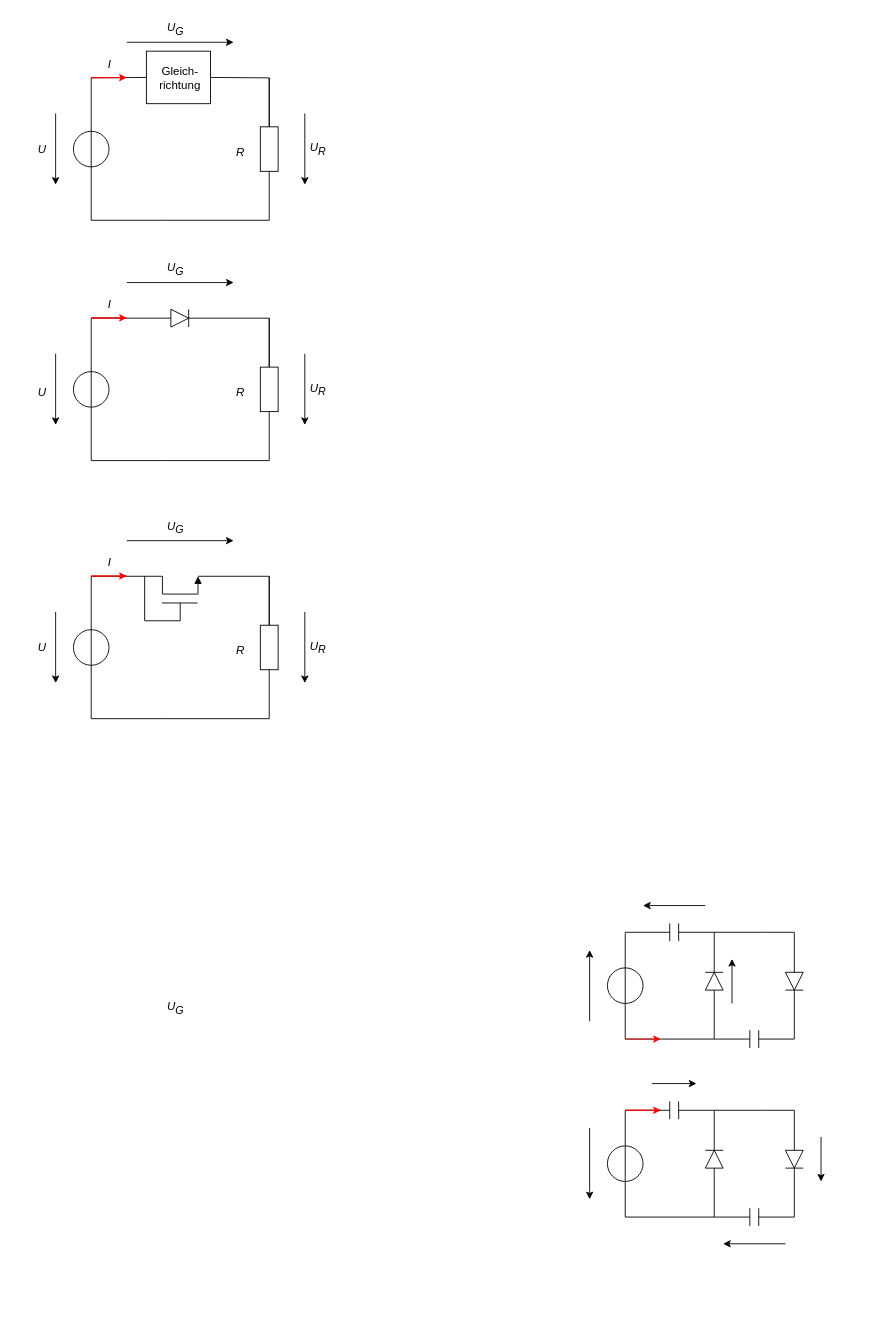
Before: forschungspraktikum.drawio in reinlten/TPA_Kolb, a draw.io diagram. Source tidied: cells renumbered, new cells numbered last; positions are measured from the earlier drawing's top-left corner, leaving out a move shared by most shapes. Both pictures are drawn from the tidied source at 89%, with x=0, y=0 at pixel (15, 15).
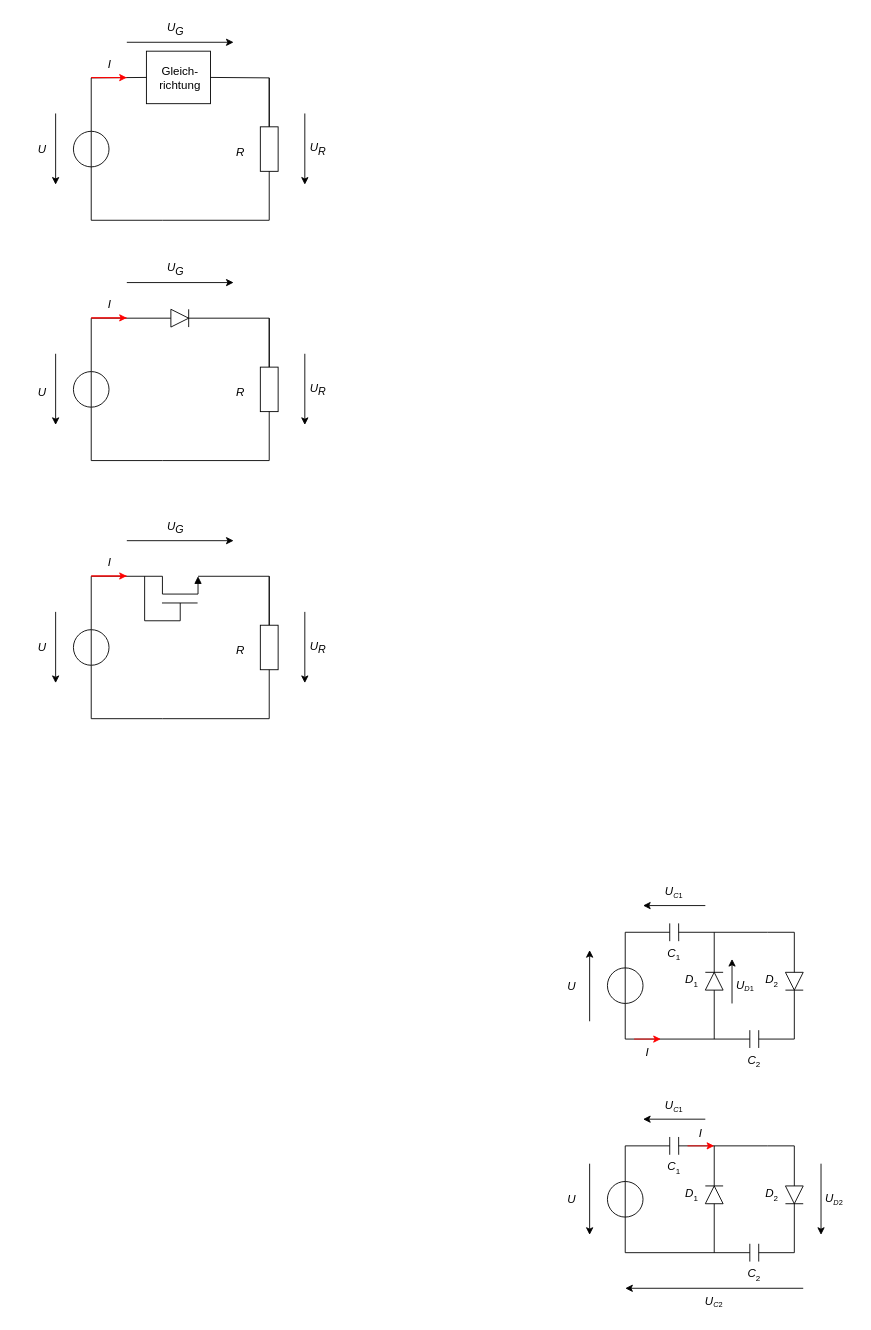
The same diagram, later.

What changed in the source:
```diff
@@
-    <mxCell id="63" style="endArrow=none;html=1;rounded=0;fontSize=13;" parent="1" edge="1" source="65">
-      <mxGeometry relative="1" as="geometry">
-        <mxPoint x="735" y="1230" as="targetPoint" />
-        <Array as="points">
-          <mxPoint x="685" y="1230" />
-        </Array>
-      </mxGeometry>
-    </mxCell>
-    <mxCell id="64" style="endArrow=none;html=1;rounded=0;fontSize=13;" parent="1" edge="1" target="65">
-      <mxGeometry relative="1" as="geometry">
-        <mxPoint x="825" y="1350" as="sourcePoint" />
-        <Array as="points">
-          <mxPoint x="685" y="1350" />
-        </Array>
-      </mxGeometry>
-    </mxCell>
-    <mxCell id="65" style="ellipse;whiteSpace=wrap;html=1;fontSize=13;" parent="1" vertex="1">
-      <mxGeometry x="665" y="1270" width="40" height="40" as="geometry" />
-    </mxCell>
-    <mxCell id="66" style="endArrow=none;html=1;rounded=0;exitX=0.5;exitY=1;exitDx=0;exitDy=0;entryX=0.5;entryY=0;entryDx=0;entryDy=0;fontSize=13;" parent="1" edge="1" source="65" target="65">
-      <mxGeometry relative="1" as="geometry" />
-    </mxCell>
-    <mxCell id="67" style="endArrow=classic;html=1;rounded=0;fontSize=13;" parent="1" edge="1">
-      <mxGeometry relative="1" as="geometry">
-        <mxPoint x="645" y="1250" as="sourcePoint" />
-        <mxPoint x="645" y="1330" as="targetPoint" />
-      </mxGeometry>
-    </mxCell>
-    <mxCell id="68" style="endArrow=classic;html=1;rounded=0;fontSize=13;" parent="1" edge="1">
-      <mxGeometry relative="1" as="geometry">
-        <mxPoint x="715" y="1200" as="sourcePoint" />
-        <mxPoint x="765" y="1200" as="targetPoint" />
-      </mxGeometry>
-    </mxCell>
-    <mxCell id="69" style="endArrow=classic;html=1;rounded=0;strokeColor=#ff0000;fontSize=13;" parent="1" edge="1">
-      <mxGeometry relative="1" as="geometry">
-        <mxPoint x="725" y="1230" as="sourcePoint" />
-        <mxPoint x="725" y="1230" as="targetPoint" />
-        <Array as="points">
-          <mxPoint x="685" y="1230" />
-        </Array>
-      </mxGeometry>
-    </mxCell>
-    <mxCell id="70" value="&lt;i style=&quot;&quot;&gt;U&lt;sub style=&quot;&quot;&gt;&lt;font style=&quot;font-size: 12px;&quot;&gt;G&lt;/font&gt;&lt;/sub&gt;&lt;/i&gt;" style="text;strokeColor=none;align=center;fillColor=none;html=1;verticalAlign=middle;whiteSpace=wrap;rounded=0;fontSize=13;" parent="1" vertex="1">
-      <mxGeometry x="150" y="1100" width="60" height="30" as="geometry" />
-    </mxCell>
-    <mxCell id="71" style="endArrow=none;html=1;rounded=0;" parent="1" edge="1">
-      <mxGeometry relative="1" as="geometry">
-        <mxPoint x="745.1" y="1240" as="sourcePoint" />
-        <mxPoint x="745" y="1220" as="targetPoint" />
-      </mxGeometry>
-    </mxCell>
-    <mxCell id="72" style="endArrow=none;html=1;rounded=0;" parent="1" edge="1">
-      <mxGeometry relative="1" as="geometry">
-        <mxPoint x="825" y="1360" as="sourcePoint" />
-        <mxPoint x="825" y="1340" as="targetPoint" />
-      </mxGeometry>
-    </mxCell>
-    <mxCell id="73" style="endArrow=none;html=1;rounded=0;" parent="1" edge="1">
-      <mxGeometry relative="1" as="geometry">
-        <mxPoint x="835" y="1360" as="sourcePoint" />
-        <mxPoint x="835" y="1340" as="targetPoint" />
-      </mxGeometry>
-    </mxCell>
-    <mxCell id="74" style="triangle;whiteSpace=wrap;html=1;rotation=-90;" parent="1" vertex="1">
-      <mxGeometry x="775" y="1275" width="20" height="20" as="geometry" />
-    </mxCell>
-    <mxCell id="75" style="endArrow=none;html=1;rounded=0;" parent="1" edge="1">
-      <mxGeometry relative="1" as="geometry">
-        <mxPoint x="775" y="1275" as="sourcePoint" />
-        <mxPoint x="795" y="1275" as="targetPoint" />
-      </mxGeometry>
-    </mxCell>
-    <mxCell id="76" style="endArrow=none;html=1;rounded=0;entryX=0;entryY=0.5;entryDx=0;entryDy=0;" parent="1" edge="1" target="74">
-      <mxGeometry relative="1" as="geometry">
-        <mxPoint x="785" y="1350" as="sourcePoint" />
-      </mxGeometry>
-    </mxCell>
-    <mxCell id="77" style="endArrow=none;html=1;rounded=0;" parent="1" edge="1">
-      <mxGeometry relative="1" as="geometry">
-        <mxPoint x="845" y="1230" as="sourcePoint" />
-        <mxPoint x="745" y="1230" as="targetPoint" />
-      </mxGeometry>
-    </mxCell>
-    <mxCell id="78" style="endArrow=none;html=1;rounded=0;exitX=1;exitY=0.5;exitDx=0;exitDy=0;" parent="1" edge="1" source="74">
-      <mxGeometry relative="1" as="geometry">
-        <mxPoint x="785" y="1230" as="targetPoint" />
-      </mxGeometry>
-    </mxCell>
-    <mxCell id="79" style="endArrow=none;html=1;rounded=0;" parent="1" edge="1">
-      <mxGeometry relative="1" as="geometry">
-        <mxPoint x="735" y="1240" as="sourcePoint" />
-        <mxPoint x="735" y="1220" as="targetPoint" />
-      </mxGeometry>
-    </mxCell>
-    <mxCell id="80" style="triangle;whiteSpace=wrap;html=1;rotation=90;" parent="1" vertex="1">
-      <mxGeometry x="865" y="1275" width="20" height="20" as="geometry" />
-    </mxCell>
-    <mxCell id="81" style="endArrow=none;html=1;rounded=0;" parent="1" edge="1">
-      <mxGeometry relative="1" as="geometry">
-        <mxPoint x="865" y="1295" as="sourcePoint" />
-        <mxPoint x="885" y="1295" as="targetPoint" />
-      </mxGeometry>
-    </mxCell>
-    <mxCell id="82" style="endArrow=none;html=1;rounded=0;exitX=0;exitY=0.5;exitDx=0;exitDy=0;" parent="1" edge="1" source="80">
-      <mxGeometry relative="1" as="geometry">
-        <mxPoint x="845" y="1230" as="targetPoint" />
-        <Array as="points">
-          <mxPoint x="875" y="1230" />
-        </Array>
-      </mxGeometry>
-    </mxCell>
-    <mxCell id="83" style="endArrow=none;html=1;rounded=0;entryX=1;entryY=0.5;entryDx=0;entryDy=0;" parent="1" edge="1" target="80">
-      <mxGeometry relative="1" as="geometry">
-        <mxPoint x="835" y="1350" as="sourcePoint" />
-        <Array as="points">
-          <mxPoint x="875" y="1350" />
-        </Array>
-      </mxGeometry>
-    </mxCell>
-    <mxCell id="84" style="endArrow=classic;html=1;rounded=0;fontSize=13;" parent="1" edge="1">
-      <mxGeometry relative="1" as="geometry">
-        <mxPoint x="905" y="1260" as="sourcePoint" />
-        <mxPoint x="905" y="1310" as="targetPoint" />
-      </mxGeometry>
-    </mxCell>
-    <mxCell id="85" style="endArrow=classic;html=1;rounded=0;fontSize=13;" parent="1" edge="1">
-      <mxGeometry relative="1" as="geometry">
-        <mxPoint x="865" y="1380" as="sourcePoint" />
-        <mxPoint x="795" y="1380" as="targetPoint" />
-      </mxGeometry>
-    </mxCell>
@@
     <mxCell id="104" style="endArrow=none;html=1;rounded=0;strokeColor=#ff0000;fontSize=13;startArrow=classic;startFill=1;endFill=0;" parent="1" edge="1">
       <mxGeometry relative="1" as="geometry">
         <mxPoint x="725" y="1150" as="sourcePoint" />
-        <mxPoint x="685" y="1150" as="targetPoint" />
+        <mxPoint x="695" y="1150" as="targetPoint" />
         <Array as="points">
           <mxPoint x="725" y="1150" />
         </Array>
       </mxGeometry>
     </mxCell>
@@
+    <mxCell id="107" value="&lt;i style=&quot;font-size: 13px;&quot;&gt;U&lt;/i&gt;" style="text;strokeColor=none;align=center;fillColor=none;html=1;verticalAlign=middle;whiteSpace=wrap;rounded=0;fontSize=13;" parent="1" vertex="1">
+      <mxGeometry x="595" y="1075" width="60" height="30" as="geometry" />
+    </mxCell>
+    <mxCell id="108" value="&lt;i&gt;C&lt;/i&gt;&lt;sub style=&quot;&quot;&gt;&lt;font style=&quot;font-size: 9px;&quot;&gt;1&lt;/font&gt;&lt;/sub&gt;" style="text;strokeColor=none;align=center;fillColor=none;html=1;verticalAlign=middle;whiteSpace=wrap;rounded=0;fontSize=13;" parent="1" vertex="1">
+      <mxGeometry x="715" y="1040" width="50" height="30" as="geometry" />
+    </mxCell>
+    <mxCell id="109" value="&lt;i&gt;U&lt;/i&gt;&lt;font style=&quot;&quot; size=&quot;1&quot;&gt;&lt;sub style=&quot;&quot;&gt;&lt;i&gt;D&lt;/i&gt;1&lt;/sub&gt;&lt;/font&gt;" style="text;strokeColor=none;align=center;fillColor=none;html=1;verticalAlign=middle;whiteSpace=wrap;rounded=0;fontSize=13;" parent="1" vertex="1">
+      <mxGeometry x="795" y="1075" width="50" height="30" as="geometry" />
+    </mxCell>
+    <mxCell id="110" value="&lt;i&gt;U&lt;/i&gt;&lt;font style=&quot;&quot; size=&quot;1&quot;&gt;&lt;sub style=&quot;&quot;&gt;&lt;i&gt;C&lt;/i&gt;1&lt;/sub&gt;&lt;/font&gt;" style="text;strokeColor=none;align=center;fillColor=none;html=1;verticalAlign=middle;whiteSpace=wrap;rounded=0;fontSize=13;" parent="1" vertex="1">
+      <mxGeometry x="715" y="970" width="50" height="30" as="geometry" />
+    </mxCell>
+    <mxCell id="111" value="&lt;i&gt;C&lt;/i&gt;&lt;sub style=&quot;&quot;&gt;&lt;font style=&quot;font-size: 9px;&quot;&gt;2&lt;/font&gt;&lt;/sub&gt;" style="text;strokeColor=none;align=center;fillColor=none;html=1;verticalAlign=middle;whiteSpace=wrap;rounded=0;fontSize=13;" parent="1" vertex="1">
+      <mxGeometry x="805" y="1160" width="50" height="30" as="geometry" />
+    </mxCell>
+    <mxCell id="112" value="&lt;i&gt;D&lt;/i&gt;&lt;sub style=&quot;&quot;&gt;&lt;font style=&quot;font-size: 9px;&quot;&gt;1&lt;/font&gt;&lt;/sub&gt;" style="text;strokeColor=none;align=center;fillColor=none;html=1;verticalAlign=middle;whiteSpace=wrap;rounded=0;fontSize=13;" parent="1" vertex="1">
+      <mxGeometry x="735" y="1070" width="50" height="30" as="geometry" />
+    </mxCell>
+    <mxCell id="113" value="&lt;i&gt;D&lt;/i&gt;&lt;sub style=&quot;&quot;&gt;&lt;font style=&quot;font-size: 9px;&quot;&gt;2&lt;/font&gt;&lt;/sub&gt;" style="text;strokeColor=none;align=center;fillColor=none;html=1;verticalAlign=middle;whiteSpace=wrap;rounded=0;fontSize=13;" parent="1" vertex="1">
+      <mxGeometry x="825" y="1070" width="50" height="30" as="geometry" />
+    </mxCell>
+    <mxCell id="114" value="&lt;i&gt;I&lt;/i&gt;" style="text;strokeColor=none;align=center;fillColor=none;html=1;verticalAlign=middle;whiteSpace=wrap;rounded=0;fontSize=13;" parent="1" vertex="1">
+      <mxGeometry x="685" y="1150" width="50" height="30" as="geometry" />
+    </mxCell>
+    <mxCell id="115" style="endArrow=none;html=1;rounded=0;fontSize=13;" parent="1" edge="1" source="117">
+      <mxGeometry relative="1" as="geometry">
+        <mxPoint x="735" y="1270" as="targetPoint" />
+        <Array as="points">
+          <mxPoint x="685" y="1270" />
+        </Array>
+      </mxGeometry>
+    </mxCell>
+    <mxCell id="116" style="endArrow=none;html=1;rounded=0;fontSize=13;" parent="1" edge="1" target="117">
+      <mxGeometry relative="1" as="geometry">
+        <mxPoint x="825" y="1390" as="sourcePoint" />
+        <Array as="points">
+          <mxPoint x="685" y="1390" />
+        </Array>
+      </mxGeometry>
+    </mxCell>
+    <mxCell id="117" style="ellipse;whiteSpace=wrap;html=1;fontSize=13;" parent="1" vertex="1">
+      <mxGeometry x="665" y="1310" width="40" height="40" as="geometry" />
+    </mxCell>
+    <mxCell id="118" style="endArrow=none;html=1;rounded=0;exitX=0.5;exitY=1;exitDx=0;exitDy=0;entryX=0.5;entryY=0;entryDx=0;entryDy=0;fontSize=13;" parent="1" edge="1" source="117" target="117">
+      <mxGeometry relative="1" as="geometry" />
+    </mxCell>
+    <mxCell id="119" style="endArrow=classic;html=1;rounded=0;fontSize=13;startArrow=none;startFill=0;endFill=1;" parent="1" edge="1">
+      <mxGeometry relative="1" as="geometry">
+        <mxPoint x="645" y="1290" as="sourcePoint" />
+        <mxPoint x="645" y="1370" as="targetPoint" />
+      </mxGeometry>
+    </mxCell>
+    <mxCell id="120" style="endArrow=none;html=1;rounded=0;" parent="1" edge="1">
+      <mxGeometry relative="1" as="geometry">
+        <mxPoint x="745.1" y="1280" as="sourcePoint" />
+        <mxPoint x="745" y="1260" as="targetPoint" />
+      </mxGeometry>
+    </mxCell>
+    <mxCell id="121" style="endArrow=none;html=1;rounded=0;" parent="1" edge="1">
+      <mxGeometry relative="1" as="geometry">
+        <mxPoint x="825" y="1400" as="sourcePoint" />
+        <mxPoint x="825" y="1380" as="targetPoint" />
+      </mxGeometry>
+    </mxCell>
+    <mxCell id="122" style="endArrow=none;html=1;rounded=0;" parent="1" edge="1">
+      <mxGeometry relative="1" as="geometry">
+        <mxPoint x="835" y="1400" as="sourcePoint" />
+        <mxPoint x="835" y="1380" as="targetPoint" />
+      </mxGeometry>
+    </mxCell>
+    <mxCell id="123" style="triangle;whiteSpace=wrap;html=1;rotation=-90;" parent="1" vertex="1">
+      <mxGeometry x="775" y="1315" width="20" height="20" as="geometry" />
+    </mxCell>
+    <mxCell id="124" style="endArrow=none;html=1;rounded=0;" parent="1" edge="1">
+      <mxGeometry relative="1" as="geometry">
+        <mxPoint x="775" y="1315" as="sourcePoint" />
+        <mxPoint x="795" y="1315" as="targetPoint" />
+      </mxGeometry>
+    </mxCell>
+    <mxCell id="125" style="endArrow=none;html=1;rounded=0;entryX=0;entryY=0.5;entryDx=0;entryDy=0;" parent="1" edge="1" target="123">
+      <mxGeometry relative="1" as="geometry">
+        <mxPoint x="785" y="1390" as="sourcePoint" />
+      </mxGeometry>
+    </mxCell>
+    <mxCell id="126" style="endArrow=none;html=1;rounded=0;" parent="1" edge="1">
+      <mxGeometry relative="1" as="geometry">
+        <mxPoint x="845" y="1270" as="sourcePoint" />
+        <mxPoint x="745" y="1270" as="targetPoint" />
+      </mxGeometry>
+    </mxCell>
+    <mxCell id="127" style="endArrow=none;html=1;rounded=0;exitX=1;exitY=0.5;exitDx=0;exitDy=0;" parent="1" edge="1" source="123">
+      <mxGeometry relative="1" as="geometry">
+        <mxPoint x="785" y="1270" as="targetPoint" />
+      </mxGeometry>
+    </mxCell>
+    <mxCell id="128" style="endArrow=none;html=1;rounded=0;" parent="1" edge="1">
+      <mxGeometry relative="1" as="geometry">
+        <mxPoint x="735" y="1280" as="sourcePoint" />
+        <mxPoint x="735" y="1260" as="targetPoint" />
+      </mxGeometry>
+    </mxCell>
+    <mxCell id="129" style="triangle;whiteSpace=wrap;html=1;rotation=90;" parent="1" vertex="1">
+      <mxGeometry x="865" y="1315" width="20" height="20" as="geometry" />
+    </mxCell>
+    <mxCell id="130" style="endArrow=none;html=1;rounded=0;" parent="1" edge="1">
+      <mxGeometry relative="1" as="geometry">
+        <mxPoint x="865" y="1335" as="sourcePoint" />
+        <mxPoint x="885" y="1335" as="targetPoint" />
+      </mxGeometry>
+    </mxCell>
+    <mxCell id="131" style="endArrow=none;html=1;rounded=0;exitX=0;exitY=0.5;exitDx=0;exitDy=0;" parent="1" edge="1" source="129">
+      <mxGeometry relative="1" as="geometry">
+        <mxPoint x="845" y="1270" as="targetPoint" />
+        <Array as="points">
+          <mxPoint x="875" y="1270" />
+        </Array>
+      </mxGeometry>
+    </mxCell>
+    <mxCell id="132" style="endArrow=none;html=1;rounded=0;entryX=1;entryY=0.5;entryDx=0;entryDy=0;" parent="1" edge="1" target="129">
+      <mxGeometry relative="1" as="geometry">
+        <mxPoint x="835" y="1390" as="sourcePoint" />
+        <Array as="points">
+          <mxPoint x="875" y="1390" />
+        </Array>
+      </mxGeometry>
+    </mxCell>
+    <mxCell id="133" style="endArrow=none;html=1;rounded=0;strokeColor=#ff0000;fontSize=13;startArrow=classic;startFill=1;endFill=0;" parent="1" edge="1">
+      <mxGeometry relative="1" as="geometry">
+        <mxPoint x="785" y="1270" as="sourcePoint" />
+        <mxPoint x="755" y="1270" as="targetPoint" />
+        <Array as="points">
+          <mxPoint x="785" y="1270" />
+        </Array>
+      </mxGeometry>
+    </mxCell>
+    <mxCell id="134" style="endArrow=classic;html=1;rounded=0;fontSize=13;" parent="1" edge="1">
+      <mxGeometry relative="1" as="geometry">
+        <mxPoint x="775" y="1240" as="sourcePoint" />
+        <mxPoint x="705" y="1240" as="targetPoint" />
+      </mxGeometry>
+    </mxCell>
+    <mxCell id="135" value="&lt;i style=&quot;font-size: 13px;&quot;&gt;U&lt;/i&gt;" style="text;strokeColor=none;align=center;fillColor=none;html=1;verticalAlign=middle;whiteSpace=wrap;rounded=0;fontSize=13;" parent="1" vertex="1">
+      <mxGeometry x="595" y="1315" width="60" height="30" as="geometry" />
+    </mxCell>
+    <mxCell id="136" value="&lt;i&gt;C&lt;/i&gt;&lt;sub style=&quot;&quot;&gt;&lt;font style=&quot;font-size: 9px;&quot;&gt;1&lt;/font&gt;&lt;/sub&gt;" style="text;strokeColor=none;align=center;fillColor=none;html=1;verticalAlign=middle;whiteSpace=wrap;rounded=0;fontSize=13;" parent="1" vertex="1">
+      <mxGeometry x="715" y="1280" width="50" height="30" as="geometry" />
+    </mxCell>
+    <mxCell id="137" value="&lt;i&gt;U&lt;/i&gt;&lt;font style=&quot;&quot; size=&quot;1&quot;&gt;&lt;sub style=&quot;&quot;&gt;&lt;i&gt;C&lt;/i&gt;1&lt;/sub&gt;&lt;/font&gt;" style="text;strokeColor=none;align=center;fillColor=none;html=1;verticalAlign=middle;whiteSpace=wrap;rounded=0;fontSize=13;" parent="1" vertex="1">
+      <mxGeometry x="715" y="1210" width="50" height="30" as="geometry" />
+    </mxCell>
+    <mxCell id="138" value="&lt;i&gt;C&lt;/i&gt;&lt;sub style=&quot;&quot;&gt;&lt;font style=&quot;font-size: 9px;&quot;&gt;2&lt;/font&gt;&lt;/sub&gt;" style="text;strokeColor=none;align=center;fillColor=none;html=1;verticalAlign=middle;whiteSpace=wrap;rounded=0;fontSize=13;" parent="1" vertex="1">
+      <mxGeometry x="805" y="1400" width="50" height="30" as="geometry" />
+    </mxCell>
+    <mxCell id="139" value="&lt;i&gt;D&lt;/i&gt;&lt;sub style=&quot;&quot;&gt;&lt;font style=&quot;font-size: 9px;&quot;&gt;1&lt;/font&gt;&lt;/sub&gt;" style="text;strokeColor=none;align=center;fillColor=none;html=1;verticalAlign=middle;whiteSpace=wrap;rounded=0;fontSize=13;" parent="1" vertex="1">
+      <mxGeometry x="735" y="1310" width="50" height="30" as="geometry" />
+    </mxCell>
+    <mxCell id="140" value="&lt;i&gt;D&lt;/i&gt;&lt;sub style=&quot;&quot;&gt;&lt;font style=&quot;font-size: 9px;&quot;&gt;2&lt;/font&gt;&lt;/sub&gt;" style="text;strokeColor=none;align=center;fillColor=none;html=1;verticalAlign=middle;whiteSpace=wrap;rounded=0;fontSize=13;" parent="1" vertex="1">
+      <mxGeometry x="825" y="1310" width="50" height="30" as="geometry" />
+    </mxCell>
+    <mxCell id="141" value="&lt;i&gt;I&lt;/i&gt;" style="text;strokeColor=none;align=center;fillColor=none;html=1;verticalAlign=middle;whiteSpace=wrap;rounded=0;fontSize=13;" parent="1" vertex="1">
+      <mxGeometry x="745" y="1240" width="50" height="30" as="geometry" />
+    </mxCell>
+    <mxCell id="142" style="endArrow=classic;html=1;rounded=0;fontSize=13;" parent="1" edge="1">
+      <mxGeometry relative="1" as="geometry">
+        <mxPoint x="905" y="1290" as="sourcePoint" />
+        <mxPoint x="905" y="1370" as="targetPoint" />
+      </mxGeometry>
+    </mxCell>
+    <mxCell id="143" value="&lt;i&gt;U&lt;/i&gt;&lt;font style=&quot;&quot; size=&quot;1&quot;&gt;&lt;sub style=&quot;&quot;&gt;&lt;i&gt;D&lt;/i&gt;2&lt;/sub&gt;&lt;/font&gt;" style="text;strokeColor=none;align=center;fillColor=none;html=1;verticalAlign=middle;whiteSpace=wrap;rounded=0;fontSize=13;" parent="1" vertex="1">
+      <mxGeometry x="895" y="1315" width="50" height="30" as="geometry" />
+    </mxCell>
+    <mxCell id="144" style="endArrow=classic;html=1;rounded=0;fontSize=13;" parent="1" edge="1">
+      <mxGeometry relative="1" as="geometry">
+        <mxPoint x="885" y="1430" as="sourcePoint" />
+        <mxPoint x="685" y="1430" as="targetPoint" />
+      </mxGeometry>
+    </mxCell>
+    <mxCell id="145" value="&lt;i&gt;U&lt;/i&gt;&lt;font style=&quot;&quot; size=&quot;1&quot;&gt;&lt;sub style=&quot;&quot;&gt;&lt;i&gt;C&lt;/i&gt;2&lt;/sub&gt;&lt;/font&gt;" style="text;strokeColor=none;align=center;fillColor=none;html=1;verticalAlign=middle;whiteSpace=wrap;rounded=0;fontSize=13;" parent="1" vertex="1">
+      <mxGeometry x="760" y="1430" width="50" height="30" as="geometry" />
+    </mxCell>
```
